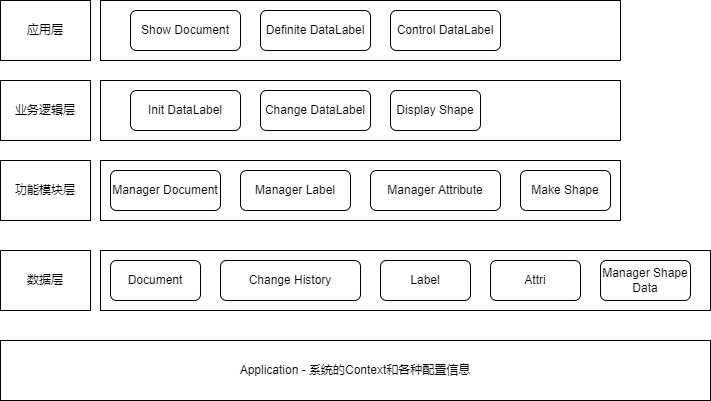
This is doc/系统架构.png from nochat1205/RedPanda, a draw.io export, as it was before one commit. Source tidied: cells renumbered, new cells last; positions are measured from the earlier drawing's top-left corner, leaving out a move shared by most shapes.
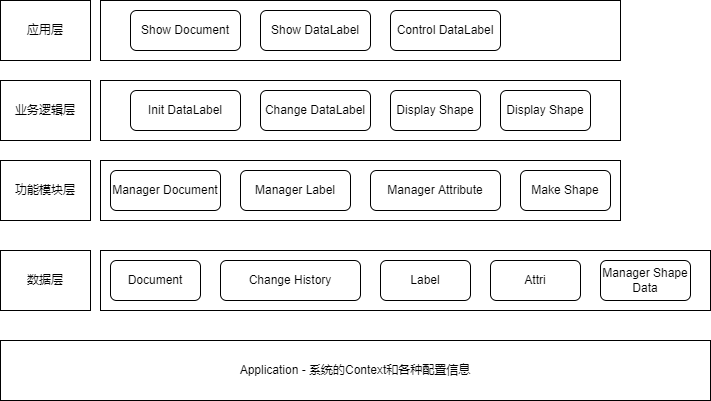
Later version of the same file.

What changed in the source:
```diff
@@ -68,11 +68,14 @@
     <mxCell id="23" value="Show Document" style="rounded=1;whiteSpace=wrap;html=1;" parent="1" vertex="1">
       <mxGeometry x="130" y="10" width="110" height="40" as="geometry" />
     </mxCell>
-    <mxCell id="24" value="Definite DataLabel" style="rounded=1;whiteSpace=wrap;html=1;" parent="1" vertex="1">
+    <mxCell id="24" value="Show DataLabel" style="rounded=1;whiteSpace=wrap;html=1;" parent="1" vertex="1">
       <mxGeometry x="260" y="10" width="110" height="40" as="geometry" />
     </mxCell>
     <mxCell id="25" value="Control DataLabel" style="rounded=1;whiteSpace=wrap;html=1;" parent="1" vertex="1">
       <mxGeometry x="390" y="10" width="110" height="40" as="geometry" />
     </mxCell>
+    <mxCell id="26" value="Display Shape" style="rounded=1;whiteSpace=wrap;html=1;" parent="1" vertex="1">
+      <mxGeometry x="500" y="90" width="90" height="40" as="geometry" />
+    </mxCell>
   </root>
 </mxGraphModel>
```
